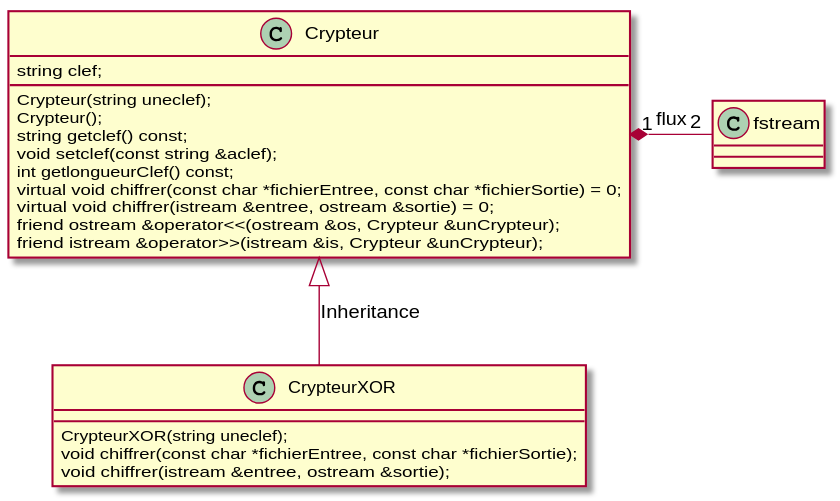
alainlebret/cpplab keeps this PlantUML diagram as sujets/tp10/classes.svg. Above is the earlier version.
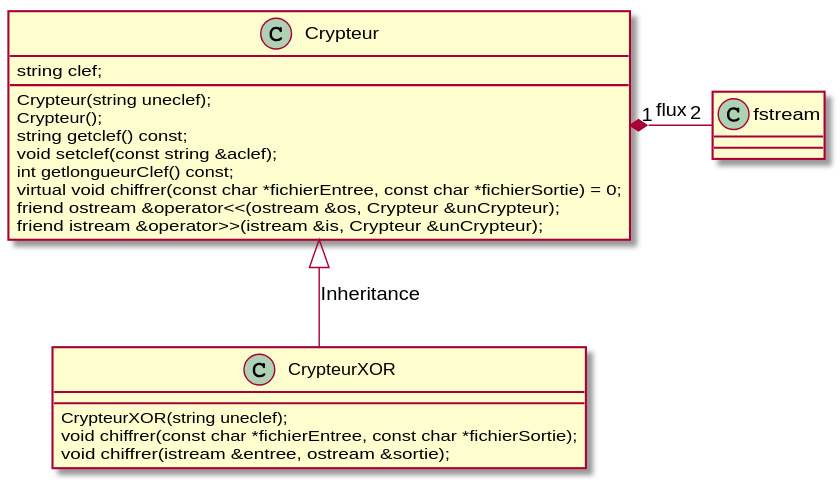
The same file after the commit.

The edit, as a diff of the source:
```diff
@@ -11,7 +11,6 @@
     void setclef(const string &aclef);
     int getlongueurClef() const;
     virtual void chiffrer(const char *fichierEntree, const char *fichierSortie) = 0;
-    virtual void chiffrer(istream &entree, ostream &sortie) = 0;
     friend ostream &operator<<(ostream &os, Crypteur &unCrypteur);
     friend istream &operator>>(istream &is, Crypteur &unCrypteur);
 }
```
